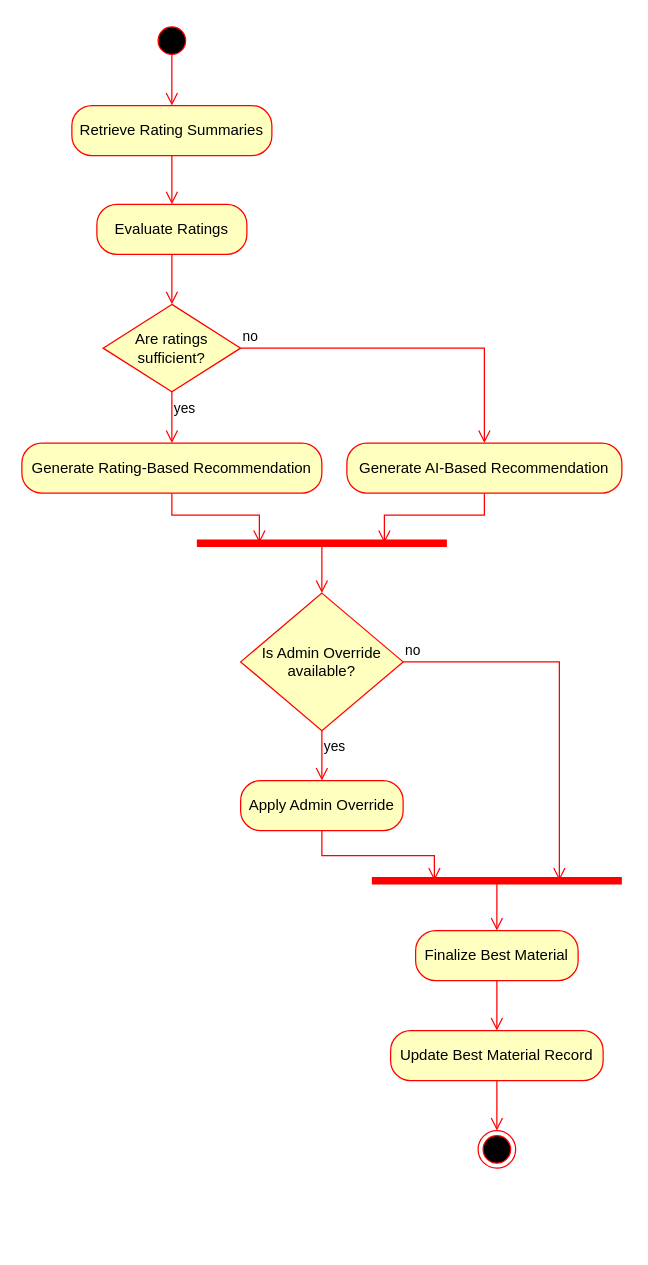
SayanMondal-1643/PeerPrep keeps this draw.io diagram as page "Activity Diagram" (6 of 6) of Untitled Diagram.drawio. Above is the earlier version. Source tidied: cells renumbered, new cells numbered last; positions are measured from the earlier drawing's top-left corner, leaving out a move shared by most shapes. Both pictures are drawn from the tidied source at 125%, with x=0, y=0 at pixel (21, 21).
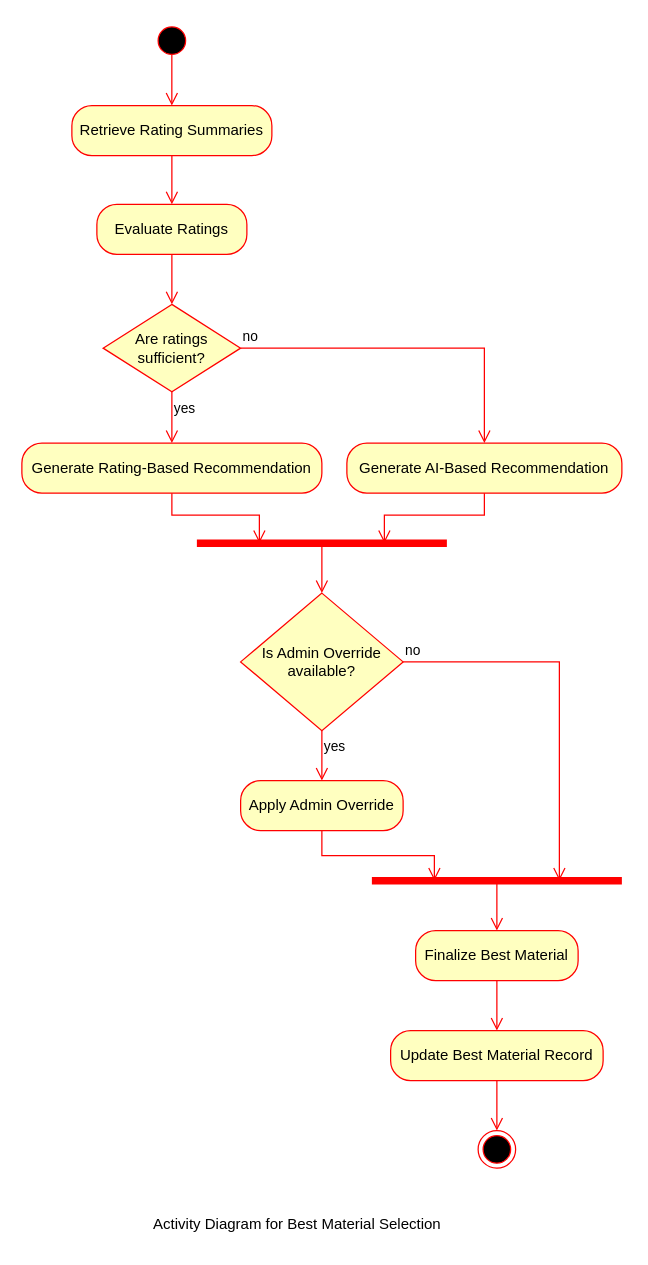
The same diagram, later.

What changed in the source:
```diff
@@
+    <mxCell id="29" value="Activity Diagram for Best Material Selection" style="text;html=1;whiteSpace=wrap;strokeColor=none;fillColor=none;align=center;verticalAlign=middle;rounded=0;" parent="1" vertex="1">
+      <mxGeometry x="98" y="947" width="245" height="30" as="geometry" />
+    </mxCell>
```
